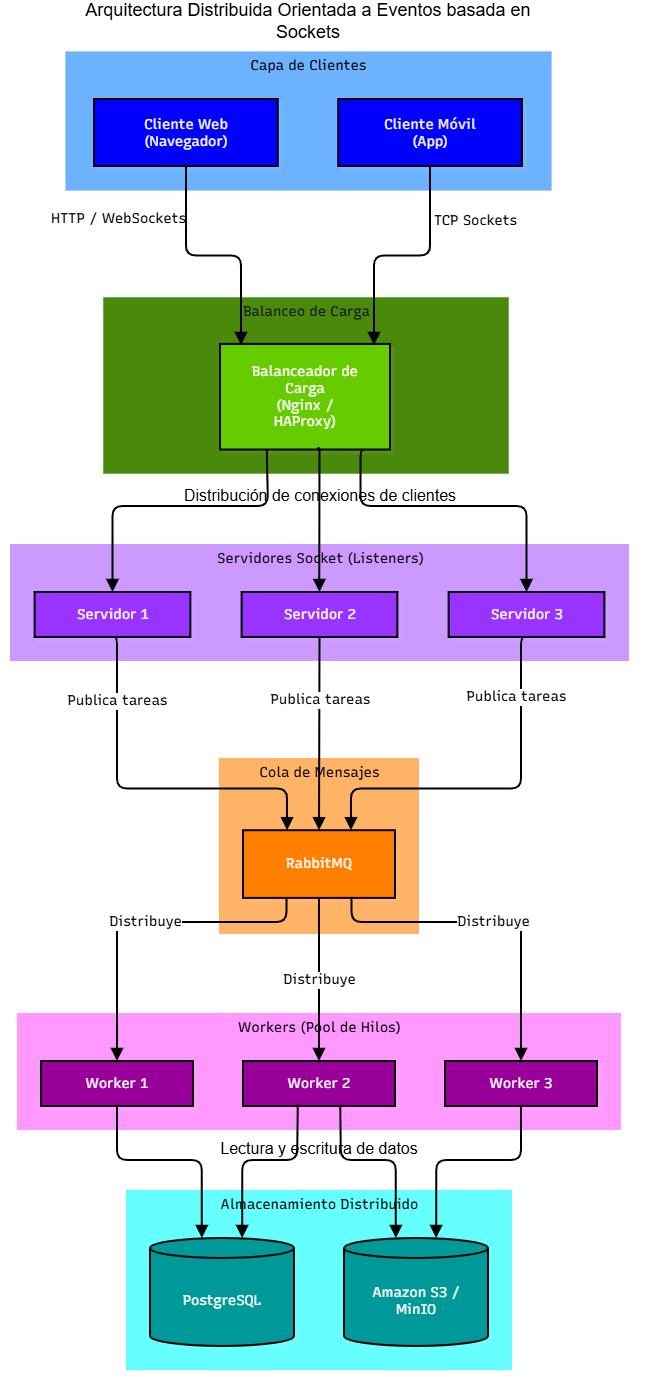
Above: Cliente-Servidor.drawio.png in Pao-1112/pfo3-sistema-distribuido-sockets (draw.io), before the change. Source tidied: cells renumbered, new cells last; positions are measured from the earlier drawing's top-left corner, leaving out a move shared by most shapes.
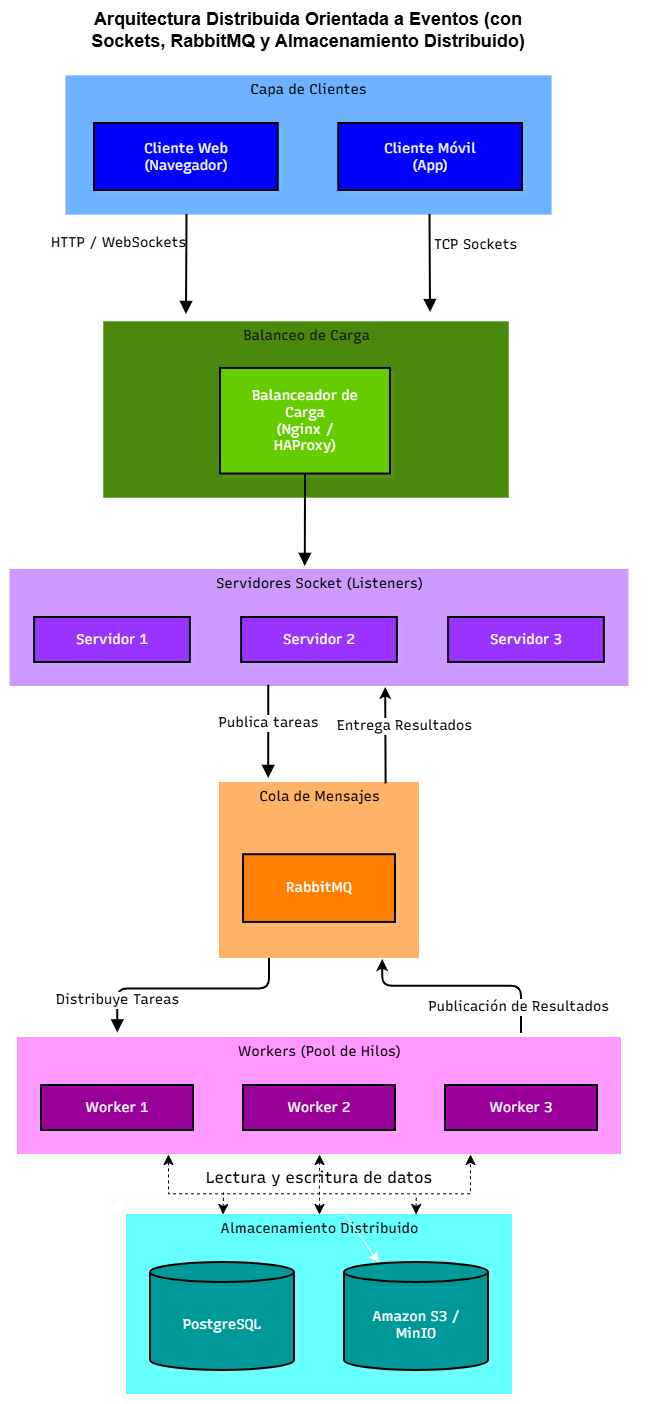
The same diagram one commit later.

Commit message:
Actualizar diagrama y documentación del proyecto

What changed in the source:
```diff
@@ -2,9 +2,22 @@
   <root>
     <mxCell id="0" />
     <mxCell id="1" parent="0" />
-    <mxCell id="2" style="group;transparentBounds=1;editIcon=1;lockedGroup=0;groupPadding=10 19 10 10;fontColor=light-dark(#000000,#FFFFFF);" parent="1" vertex="1">
+    <mxCell id="2" style="group;transparentBounds=1;editIcon=1;lockedGroup=0;groupPadding=10 19 10 10;fontColor=light-dark(#000000,#FFFFFF);dashed=1;" parent="1" vertex="1">
       <mxGeometry y="34" as="geometry" />
     </mxCell>
+    <mxCell id="39" style="edgeStyle=none;curved=1;rounded=0;curveGeometry=1;jettySize=auto;html=1;exitX=0.5;exitY=0;exitDx=0;exitDy=0;entryX=0.5;entryY=1;entryDx=0;entryDy=0;fontSize=12;defaultLabelBackgroundColor=page;startSize=8;endSize=8;dashed=1;strokeColor=light-dark(#000000,#000000);flowAnimation=0;startArrow=classic;startFill=1;" parent="2" edge="1" source="3" target="6">
+      <mxGeometry relative="1" as="geometry" />
+    </mxCell>
+    <mxCell id="40" style="edgeStyle=none;curved=1;rounded=0;curveGeometry=1;jettySize=auto;html=1;exitX=0.25;exitY=0;exitDx=0;exitDy=0;fontSize=12;defaultLabelBackgroundColor=page;startSize=8;endSize=8;endArrow=none;endFill=0;dashed=1;strokeColor=light-dark(#000000,#000000);startArrow=classic;startFill=1;" parent="2" edge="1" source="3">
+      <mxGeometry relative="1" as="geometry">
+        <mxPoint x="246.1" y="1128" as="targetPoint" />
+      </mxGeometry>
+    </mxCell>
+    <mxCell id="41" style="edgeStyle=none;curved=1;rounded=0;curveGeometry=1;jettySize=auto;html=1;exitX=0.75;exitY=0;exitDx=0;exitDy=0;fontSize=12;defaultLabelBackgroundColor=page;startSize=8;endSize=8;strokeColor=light-dark(#000000,#000000);startArrow=classic;startFill=1;endArrow=none;endFill=0;dashed=1;" parent="2" edge="1" source="3">
+      <mxGeometry relative="1" as="geometry">
+        <mxPoint x="438.8" y="1132" as="targetPoint" />
+      </mxGeometry>
+    </mxCell>
     <mxCell id="3" value="Almacenamiento Distribuido" style="html=1;whiteSpace=nowrap;strokeWidth=1;verticalAlign=top;fillColor=light-dark(#F5F3FF,#66FFFF);strokeColor=none;fontColor=light-dark(#000000,#000000);fontFamily=Recursive;fontSize=14;shadow=1;shadowColor=#000000;shadowOffsetX=4;shadowOffsetY=4;shadowBlur=0;shadowOpacity=6;fontSource=https%3A%2F%2Ffonts.googleapis.com%2Fcss%3Ffamily%3DRecursive;" parent="2" vertex="1">
       <mxGeometry x="149" y="1150" width="386" height="180" as="geometry" />
     </mxCell>
@@ -33,7 +46,7 @@
       <mxGeometry x="24" y="72.2" width="152" height="67.7" as="geometry" />
     </mxCell>
     <mxCell id="12" value="Servidores Socket (Listeners)" style="html=1;whiteSpace=nowrap;strokeWidth=1;verticalAlign=top;fillColor=light-dark(#FFF7ED,#CC99FF);strokeColor=none;fontColor=light-dark(#000000,#000000);fontFamily=Recursive;fontSize=14;shadow=1;shadowColor=#000000;shadowOffsetX=4;shadowOffsetY=4;shadowBlur=0;shadowOpacity=6;fontSource=https%3A%2F%2Ffonts.googleapis.com%2Fcss%3Ffamily%3DRecursive;fillStyle=solid;" parent="2" vertex="1">
-      <mxGeometry x="33" y="504" width="619" height="117" as="geometry" />
+      <mxGeometry x="32.5" y="505" width="619" height="117" as="geometry" />
     </mxCell>
     <mxCell id="13" value="Servidor 1" style="html=1;whiteSpace=wrap;strokeWidth=2;fillColor=light-dark(#FFFFFF,#9933FF);strokeColor=light-dark(#28253D, #000000);fontColor=light-dark(#28253D,#FFFFFF);fontFamily=Recursive;fontSize=14;shadow=1;shadowColor=#000000;shadowOffsetX=4;shadowOffsetY=4;shadowBlur=0;shadowOpacity=6;fontSource=https%3A%2F%2Ffonts.googleapis.com%2Fcss%3Ffamily%3DRecursive;" parent="12" vertex="1">
       <mxGeometry x="24.6" y="48" width="155.8" height="45" as="geometry" />
@@ -59,130 +72,62 @@
     <mxCell id="20" value="Cliente Móvil (App)" style="html=1;whiteSpace=wrap;strokeWidth=2;fillColor=light-dark(#FFFFFF,#0000FF);strokeColor=light-dark(#28253D, #000000);fontColor=default;fontFamily=Recursive;fontSize=14;shadow=1;shadowColor=#000000;shadowOffsetX=4;shadowOffsetY=4;shadowBlur=0;shadowOpacity=6;labelWidth=120;fontSource=https%3A%2F%2Ffonts.googleapis.com%2Fcss%3Ffamily%3DRecursive;textShadow=0;labelBackgroundColor=none;" parent="18" vertex="1">
       <mxGeometry x="273.2" y="48" width="183.8" height="67" as="geometry" />
     </mxCell>
-    <mxCell id="21" value="HTTP / WebSockets" style="rounded=1;startArrow=none;endArrow=block;endSize=8;jumpStyle=arc;jumpSize=12;strokeColor=light-dark(#000000,#000000);html=1;fontSize=14;labelBackgroundColor=none;fontFamily=Recursive;fontColor=light-dark(#28253D, #000000);exitX=0.5;exitY=1;strokeWidth=2;targetPerimeterSpacing=4;fontSource=https%3A%2F%2Ffonts.googleapis.com%2Fcss%3Ffamily%3DRecursive;edgeStyle=orthogonalEdgeStyle;exitDx=0;exitDy=0;curved=0;textShadow=1;labelBorderColor=none;" parent="2" edge="1" source="19">
-      <mxGeometry x="-0.55" y="-68" relative="1" as="geometry">
-        <mxPoint x="264" y="305" as="targetPoint" />
+    <mxCell id="21" value="HTTP / WebSockets" style="rounded=1;startArrow=none;endArrow=block;endSize=8;jumpStyle=arc;jumpSize=12;strokeColor=light-dark(#000000,#000000);html=1;fontSize=14;labelBackgroundColor=none;fontFamily=Recursive;fontColor=light-dark(#28253D, #000000);exitX=0.25;exitY=1;strokeWidth=2;targetPerimeterSpacing=4;fontSource=https%3A%2F%2Ffonts.googleapis.com%2Fcss%3Ffamily%3DRecursive;edgeStyle=orthogonalEdgeStyle;exitDx=0;exitDy=0;curved=0;textShadow=1;labelBorderColor=none;" parent="2" edge="1" source="18">
+      <mxGeometry x="-0.42" y="-68" relative="1" as="geometry">
+        <mxPoint x="208.9" y="250" as="targetPoint" />
       </mxGeometry>
     </mxCell>
-    <mxCell id="22" value="TCP Sockets" style="edgeStyle=orthogonalEdgeStyle;rounded=1;curved=0;startArrow=none;endArrow=block;endSize=8;jumpStyle=arc;jumpSize=12;strokeColor=light-dark(#000000,#000000);html=1;fontSize=14;labelBackgroundColor=none;fontFamily=Recursive;fontColor=light-dark(#28253D, #000000);exitX=0.5;exitY=1;strokeWidth=2;targetPerimeterSpacing=4;fontSource=https%3A%2F%2Ffonts.googleapis.com%2Fcss%3Ffamily%3DRecursive;entryX=1;entryY=0;entryDx=0;entryDy=0;exitDx=0;exitDy=0;" parent="2" edge="1" source="20">
-      <mxGeometry x="-0.53" y="45" relative="1" as="geometry">
-        <mxPoint x="397" y="305" as="targetPoint" />
+    <mxCell id="22" value="TCP Sockets" style="edgeStyle=orthogonalEdgeStyle;rounded=1;curved=0;startArrow=none;endArrow=block;endSize=8;jumpStyle=arc;jumpSize=12;strokeColor=light-dark(#000000,#000000);html=1;fontSize=14;labelBackgroundColor=none;fontFamily=Recursive;fontColor=light-dark(#28253D, #000000);exitX=0.75;exitY=1;strokeWidth=2;targetPerimeterSpacing=4;fontSource=https%3A%2F%2Ffonts.googleapis.com%2Fcss%3Ffamily%3DRecursive;exitDx=0;exitDy=0;" parent="2" edge="1" source="18">
+      <mxGeometry x="-0.37" y="45" relative="1" as="geometry">
+        <mxPoint x="453.1" y="248.1" as="targetPoint" />
       </mxGeometry>
     </mxCell>
-    <mxCell id="23" style="edgeStyle=orthogonalEdgeStyle;rounded=1;curved=0;startArrow=none;endArrow=block;endSize=8;jumpStyle=arc;jumpSize=12;strokeColor=light-dark(#000000,#000000);exitX=0.28;exitY=0.99;entryX=0.5;entryY=0.01;strokeWidth=2;targetPerimeterSpacing=4;fontSize=12;" parent="2" edge="1" source="17" target="13">
-      <mxGeometry x="-0.03" relative="1" as="geometry">
-        <Array as="points">
-          <mxPoint x="290.8" y="466" />
-          <mxPoint x="140" y="466" />
-        </Array>
-      </mxGeometry>
-    </mxCell>
-    <mxCell id="24" style="edgeStyle=orthogonalEdgeStyle;rounded=1;curved=0;startArrow=none;endArrow=block;endSize=8;jumpStyle=arc;jumpSize=12;strokeColor=light-dark(#000000,#000000);exitX=0.576;exitY=1.004;entryX=0.5;entryY=0.01;strokeWidth=2;targetPerimeterSpacing=4;fontSize=12;exitDx=0;exitDy=0;exitPerimeter=0;" parent="2" edge="1" source="17" target="14">
-      <mxGeometry x="-0.08" relative="1" as="geometry">
-        <Array as="points">
-          <mxPoint x="342" y="408" />
-        </Array>
-      </mxGeometry>
+    <mxCell id="24" style="edgeStyle=orthogonalEdgeStyle;rounded=1;curved=0;startArrow=none;endArrow=block;endSize=8;jumpStyle=arc;jumpSize=12;strokeColor=light-dark(#000000,#000000);exitX=0.5;exitY=1;entryX=0.477;entryY=-0.026;strokeWidth=2;targetPerimeterSpacing=4;fontSize=12;exitDx=0;exitDy=0;entryDx=0;entryDy=0;entryPerimeter=0;" parent="2" edge="1" source="17" target="12">
+      <mxGeometry x="0.73" relative="1" as="geometry" />
     </mxCell>
-    <mxCell id="25" style="edgeStyle=orthogonalEdgeStyle;rounded=1;curved=0;startArrow=none;endArrow=block;endSize=8;jumpStyle=arc;jumpSize=12;strokeColor=light-dark(#000000,#000000);exitX=0.839;exitY=1.007;entryX=0.5;entryY=0.01;strokeWidth=2;targetPerimeterSpacing=4;fontSize=12;exitDx=0;exitDy=0;exitPerimeter=0;" parent="2" edge="1" source="17" target="15">
-      <mxGeometry x="-0.04" relative="1" as="geometry">
-        <Array as="points">
-          <mxPoint x="384.6" y="410.3" />
-          <mxPoint x="384.6" y="411.3" />
-          <mxPoint x="383.5" y="411.3" />
-          <mxPoint x="383.5" y="466" />
-          <mxPoint x="549.5" y="466" />
-        </Array>
-      </mxGeometry>
-    </mxCell>
-    <mxCell id="26" value="&lt;span&gt;Publica tareas&lt;/span&gt;" style="edgeStyle=orthogonalEdgeStyle;rounded=1;curved=0;startArrow=none;endArrow=block;endSize=8;jumpStyle=arc;jumpSize=12;strokeColor=light-dark(transparent,#000000);html=1;fontSize=14;labelBackgroundColor=light-dark(#CCCCCC,#FFFFFF);fontFamily=Recursive;fontColor=light-dark(#28253D,#000000);exitX=0.5;exitY=1;entryX=0.29;entryY=0;strokeWidth=2;targetPerimeterSpacing=4;fontSource=https%3A%2F%2Ffonts.googleapis.com%2Fcss%3Ffamily%3DRecursive;" parent="2" edge="1" source="13" target="11">
-      <mxGeometry x="-0.62" relative="1" as="geometry">
+    <mxCell id="26" value="&lt;span&gt;Publica tareas&lt;/span&gt;" style="edgeStyle=orthogonalEdgeStyle;rounded=1;curved=0;startArrow=none;endArrow=block;endSize=8;jumpStyle=arc;jumpSize=12;strokeColor=light-dark(transparent,#000000);html=1;fontSize=14;labelBackgroundColor=light-dark(#CCCCCC,#FFFFFF);fontFamily=Recursive;fontColor=light-dark(#28253D,#000000);exitX=0.418;exitY=0.989;strokeWidth=2;targetPerimeterSpacing=4;fontSource=https%3A%2F%2Ffonts.googleapis.com%2Fcss%3Ffamily%3DRecursive;exitDx=0;exitDy=0;exitPerimeter=0;" parent="2" edge="1" source="12" target="10">
+      <mxGeometry x="-0.19" relative="1" as="geometry">
         <Array as="points">
-          <mxPoint x="140" y="597" />
-          <mxPoint x="140" y="748.5" />
-          <mxPoint x="310.1" y="748.5" />
+          <mxPoint x="292" y="650.4" />
+          <mxPoint x="292" y="650.4" />
         </Array>
       </mxGeometry>
     </mxCell>
-    <mxCell id="27" value="Publica tareas" style="edgeStyle=orthogonalEdgeStyle;rounded=1;curved=0;startArrow=none;endArrow=block;endSize=8;jumpStyle=arc;jumpSize=12;strokeColor=light-dark(#000000,#000000);html=1;fontSize=14;labelBackgroundColor=light-dark(#CCCCCC,#FFFFFF);fontFamily=Recursive;fontColor=light-dark(#28253D,#000000);exitX=0.5;exitY=1;entryX=0.5;entryY=0;strokeWidth=2;targetPerimeterSpacing=4;fontSource=https%3A%2F%2Ffonts.googleapis.com%2Fcss%3Ffamily%3DRecursive;" parent="2" edge="1" source="14" target="11">
-      <mxGeometry x="-0.35" relative="1" as="geometry" />
-    </mxCell>
-    <mxCell id="28" value="Publica tareas" style="edgeStyle=orthogonalEdgeStyle;rounded=1;curved=0;startArrow=none;endArrow=block;endSize=8;jumpStyle=arc;jumpSize=12;strokeColor=light-dark(#000000,#000000);html=1;fontSize=14;labelBackgroundColor=light-dark(#CCCCCC,#FFFFFF);fontFamily=Recursive;fontColor=light-dark(#28253D,#000000);exitX=0.5;exitY=1;entryX=0.71;entryY=0;strokeWidth=2;targetPerimeterSpacing=4;fontSource=https%3A%2F%2Ffonts.googleapis.com%2Fcss%3Ffamily%3DRecursive;" parent="2" edge="1" source="15" target="11">
-      <mxGeometry x="-0.64" y="-5" relative="1" as="geometry">
-        <Array as="points">
-          <mxPoint x="544" y="597" />
-          <mxPoint x="544" y="748.5" />
-          <mxPoint x="373.9" y="748.5" />
-        </Array>
-      </mxGeometry>
+    <mxCell id="28" value="Entrega Resultados" style="edgeStyle=orthogonalEdgeStyle;rounded=1;curved=0;startArrow=classic;endArrow=none;endSize=8;jumpStyle=arc;jumpSize=12;strokeColor=light-dark(#000000,#000000);html=1;fontSize=14;labelBackgroundColor=light-dark(#CCCCCC,#FFFFFF);fontFamily=Recursive;fontColor=light-dark(#28253D,#000000);exitX=0.607;exitY=1.008;entryX=0.833;entryY=0.008;strokeWidth=2;targetPerimeterSpacing=4;fontSource=https%3A%2F%2Ffonts.googleapis.com%2Fcss%3Ffamily%3DRecursive;entryDx=0;entryDy=0;entryPerimeter=0;exitDx=0;exitDy=0;exitPerimeter=0;startFill=1;endFill=0;" parent="2" edge="1" source="12" target="10">
+      <mxGeometry x="-0.19" y="19" relative="1" as="geometry" />
     </mxCell>
-    <mxCell id="29" value="Distribuye" style="edgeStyle=orthogonalEdgeStyle;rounded=1;curved=0;startArrow=none;endArrow=block;endSize=8;jumpStyle=arc;jumpSize=12;strokeColor=light-dark(#000000,#000000);html=1;fontSize=14;labelBackgroundColor=light-dark(#CCCCCC,#FFFFFF);fontFamily=Recursive;fontColor=light-dark(#28253D,#000000);exitX=0.29;exitY=0.99;entryX=0.5;entryY=0;strokeWidth=2;targetPerimeterSpacing=4;fontSource=https%3A%2F%2Ffonts.googleapis.com%2Fcss%3Ffamily%3DRecursive;" parent="2" edge="1" source="11" target="7">
-      <mxGeometry relative="1" as="geometry">
+    <mxCell id="29" value="Distribuye Tareas" style="edgeStyle=orthogonalEdgeStyle;rounded=1;curved=0;startArrow=none;endArrow=block;endSize=8;jumpStyle=arc;jumpSize=12;strokeColor=light-dark(#000000,#000000);html=1;fontSize=14;labelBackgroundColor=light-dark(#CCCCCC,#FFFFFF);fontFamily=Recursive;fontColor=light-dark(#28253D,#000000);exitX=0.25;exitY=1;entryX=0.166;entryY=-0.039;strokeWidth=2;targetPerimeterSpacing=4;fontSource=https%3A%2F%2Ffonts.googleapis.com%2Fcss%3Ffamily%3DRecursive;entryDx=0;entryDy=0;entryPerimeter=0;exitDx=0;exitDy=0;" parent="2" edge="1" source="10" target="6">
+      <mxGeometry x="0.72" relative="1" as="geometry">
         <Array as="points">
-          <mxPoint x="309" y="882" />
-          <mxPoint x="140" y="882" />
+          <mxPoint x="292" y="924.4" />
+          <mxPoint x="140.3" y="924.4" />
         </Array>
       </mxGeometry>
     </mxCell>
-    <mxCell id="30" value="Distribuye" style="edgeStyle=orthogonalEdgeStyle;rounded=1;curved=0;startArrow=none;endArrow=block;endSize=8;jumpStyle=arc;jumpSize=12;strokeColor=light-dark(#000000,#000000);html=1;fontSize=14;labelBackgroundColor=light-dark(#CCCCCC,#FFFFFF);fontFamily=Recursive;fontColor=light-dark(#28253D,#000000);exitX=0.5;exitY=0.99;entryX=0.5;entryY=0;strokeWidth=2;targetPerimeterSpacing=4;fontSource=https%3A%2F%2Ffonts.googleapis.com%2Fcss%3Ffamily%3DRecursive;" parent="2" edge="1" source="11" target="8">
-      <mxGeometry relative="1" as="geometry" />
-    </mxCell>
-    <mxCell id="31" value="Distribuye" style="edgeStyle=orthogonalEdgeStyle;rounded=1;curved=0;startArrow=none;endArrow=block;endSize=8;jumpStyle=arc;jumpSize=12;strokeColor=light-dark(#000000,#000000);html=1;fontSize=14;labelBackgroundColor=light-dark(#CCCCCC,#FFFFFF);fontFamily=Recursive;fontColor=light-dark(#28253D,#000000);exitX=0.71;exitY=0.99;entryX=0.5;entryY=0;strokeWidth=2;targetPerimeterSpacing=4;fontSource=https%3A%2F%2Ffonts.googleapis.com%2Fcss%3Ffamily%3DRecursive;" parent="2" edge="1" source="11" target="9">
-      <mxGeometry relative="1" as="geometry">
+    <mxCell id="31" value="Publicación de Resultados" style="edgeStyle=orthogonalEdgeStyle;rounded=1;curved=0;startArrow=classic;endArrow=none;endSize=8;jumpStyle=arc;jumpSize=12;strokeColor=light-dark(#000000,#000000);html=1;fontSize=14;labelBackgroundColor=light-dark(#CCCCCC,#FFFFFF);fontFamily=Recursive;fontColor=light-dark(#28253D,#000000);strokeWidth=2;targetPerimeterSpacing=4;fontSource=https%3A%2F%2Ffonts.googleapis.com%2Fcss%3Ffamily%3DRecursive;exitX=0.816;exitY=1.006;exitDx=0;exitDy=0;exitPerimeter=0;startFill=1;endFill=0;" parent="2" edge="1" source="10" target="6">
+      <mxGeometry x="0.76" y="-3" relative="1" as="geometry">
         <Array as="points">
-          <mxPoint x="375" y="882" />
-          <mxPoint x="544" y="882" />
+          <mxPoint x="405.2" y="921.8" />
+          <mxPoint x="544" y="921.8" />
         </Array>
       </mxGeometry>
     </mxCell>
-    <mxCell id="32" style="edgeStyle=orthogonalEdgeStyle;rounded=1;curved=0;startArrow=none;endArrow=block;endSize=8;jumpStyle=arc;jumpSize=12;strokeColor=light-dark(#000000,#000000);exitX=0.5;exitY=1;entryX=0.36;entryY=0;strokeWidth=2;targetPerimeterSpacing=4;fontSize=12;" parent="2" edge="1" source="7" target="4">
-      <mxGeometry relative="1" as="geometry">
-        <Array as="points">
-          <mxPoint x="140" y="1100" />
-          <mxPoint x="140" y="1120" />
-          <mxPoint x="225" y="1120" />
-          <mxPoint x="225" y="1140" />
-        </Array>
-      </mxGeometry>
-    </mxCell>
-    <mxCell id="33" style="edgeStyle=orthogonalEdgeStyle;rounded=1;curved=0;startArrow=none;endArrow=block;endSize=8;jumpStyle=arc;jumpSize=12;strokeColor=light-dark(#000000,#000000);exitX=0.36;exitY=1;entryX=0.64;entryY=0;strokeWidth=2;targetPerimeterSpacing=4;fontSize=12;" parent="2" edge="1" source="8" target="4">
-      <mxGeometry relative="1" as="geometry">
-        <Array as="points">
-          <mxPoint x="320" y="1100" />
-          <mxPoint x="320" y="1120" />
-          <mxPoint x="265" y="1120" />
-          <mxPoint x="265" y="1140" />
-        </Array>
-      </mxGeometry>
-    </mxCell>
-    <mxCell id="34" style="edgeStyle=orthogonalEdgeStyle;rounded=1;curved=0;startArrow=none;endArrow=block;endSize=8;jumpStyle=arc;jumpSize=12;strokeColor=light-dark(#000000,#000000);exitX=0.64;exitY=1;entryX=0.36;entryY=0;strokeWidth=2;targetPerimeterSpacing=4;fontSize=12;" parent="2" edge="1" source="8" target="5">
-      <mxGeometry relative="1" as="geometry">
-        <Array as="points">
-          <mxPoint x="364" y="1100" />
-          <mxPoint x="364" y="1120" />
-          <mxPoint x="419" y="1120" />
-          <mxPoint x="419" y="1140" />
-        </Array>
-      </mxGeometry>
-    </mxCell>
-    <mxCell id="35" style="edgeStyle=orthogonalEdgeStyle;rounded=1;curved=0;startArrow=none;endArrow=block;endSize=8;jumpStyle=arc;jumpSize=12;strokeColor=light-dark(#000000,#000000);exitX=0.5;exitY=1;entryX=0.64;entryY=0;strokeWidth=2;targetPerimeterSpacing=4;fontSize=12;" parent="2" edge="1" source="9" target="5">
-      <mxGeometry relative="1" as="geometry">
-        <Array as="points">
-          <mxPoint x="544" y="1100" />
-          <mxPoint x="544" y="1120" />
-          <mxPoint x="459" y="1120" />
-          <mxPoint x="459" y="1140" />
-        </Array>
-      </mxGeometry>
-    </mxCell>
-    <mxCell id="36" value="Distribución de conexiones de clientes" style="text;html=1;whiteSpace=wrap;strokeColor=none;fillColor=none;align=center;verticalAlign=middle;rounded=0;fontSize=16;fontColor=light-dark(#000000,#000000);" parent="2" vertex="1">
-      <mxGeometry x="195.5" y="440" width="294" height="30" as="geometry" />
-    </mxCell>
+    <mxCell id="42" style="edgeStyle=none;curved=1;rounded=0;curveGeometry=1;jettySize=auto;html=1;fontSize=12;defaultLabelBackgroundColor=page;startSize=8;endSize=8;" parent="2" edge="1" source="37" target="5">
+      <mxGeometry relative="1" as="geometry" />
+    </mxCell>
-    <mxCell id="37" value="Lectura y escritura de datos" style="text;html=1;whiteSpace=wrap;strokeColor=none;fillColor=none;align=center;verticalAlign=middle;rounded=0;fontSize=16;fontColor=light-dark(#000000,#000000);" parent="2" vertex="1">
-      <mxGeometry x="131.2" y="1093" width="421.5" height="30" as="geometry" />
+    <mxCell id="37" value="&lt;font face=&quot;Recursive&quot;&gt;Lectura y escritura de datos&lt;/font&gt;" style="text;html=1;whiteSpace=wrap;strokeColor=none;fillColor=none;align=center;verticalAlign=middle;rounded=0;fontSize=16;fontColor=light-dark(#000000,#000000);" parent="2" vertex="1">
+      <mxGeometry x="222.1" y="1098" width="239.8" height="30" as="geometry" />
     </mxCell>
+    <mxCell id="43" style="edgeStyle=orthogonalEdgeStyle;rounded=0;orthogonalLoop=1;jettySize=auto;html=1;exitX=0.25;exitY=1;exitDx=0;exitDy=0;entryX=0.75;entryY=1;entryDx=0;entryDy=0;fontSize=12;defaultLabelBackgroundColor=page;startSize=8;endSize=8;strokeColor=light-dark(#000000,#000000);dashed=1;innerLoopWaypoints=1;startArrow=classic;startFill=1;" parent="2" edge="1" source="6" target="6">
+      <mxGeometry relative="1" as="geometry">
+        <Array as="points">
+          <mxPoint x="191" y="1129.3" />
+          <mxPoint x="493" y="1129.3" />
+        </Array>
+      </mxGeometry>
+    </mxCell>
-    <mxCell id="38" value="&lt;font style=&quot;font-size: 18px;&quot;&gt;Arquitectura Distribuida Orientada a Eventos basada en Sockets&lt;/font&gt;" style="text;html=1;whiteSpace=wrap;strokeColor=none;fillColor=none;align=center;verticalAlign=middle;rounded=0;fontSize=16;fontColor=light-dark(#000000,#000000);" parent="1" vertex="1">
-      <mxGeometry x="88" width="486" height="30" as="geometry" />
+    <mxCell id="38" value="&lt;font style=&quot;font-size: 18px;&quot;&gt;&lt;b&gt;Arquitectura Distribuida Orientada a Eventos (con Sockets, RabbitMQ y Almacenamiento Distribuido)&lt;/b&gt;&lt;/font&gt;" style="text;html=1;whiteSpace=wrap;strokeColor=none;fillColor=none;align=center;verticalAlign=middle;rounded=0;fontSize=16;fontColor=light-dark(#000000,#000000);" parent="1" vertex="1">
+      <mxGeometry x="88" y="-30" width="486" height="60" as="geometry" />
     </mxCell>
   </root>
 </mxGraphModel>
```
